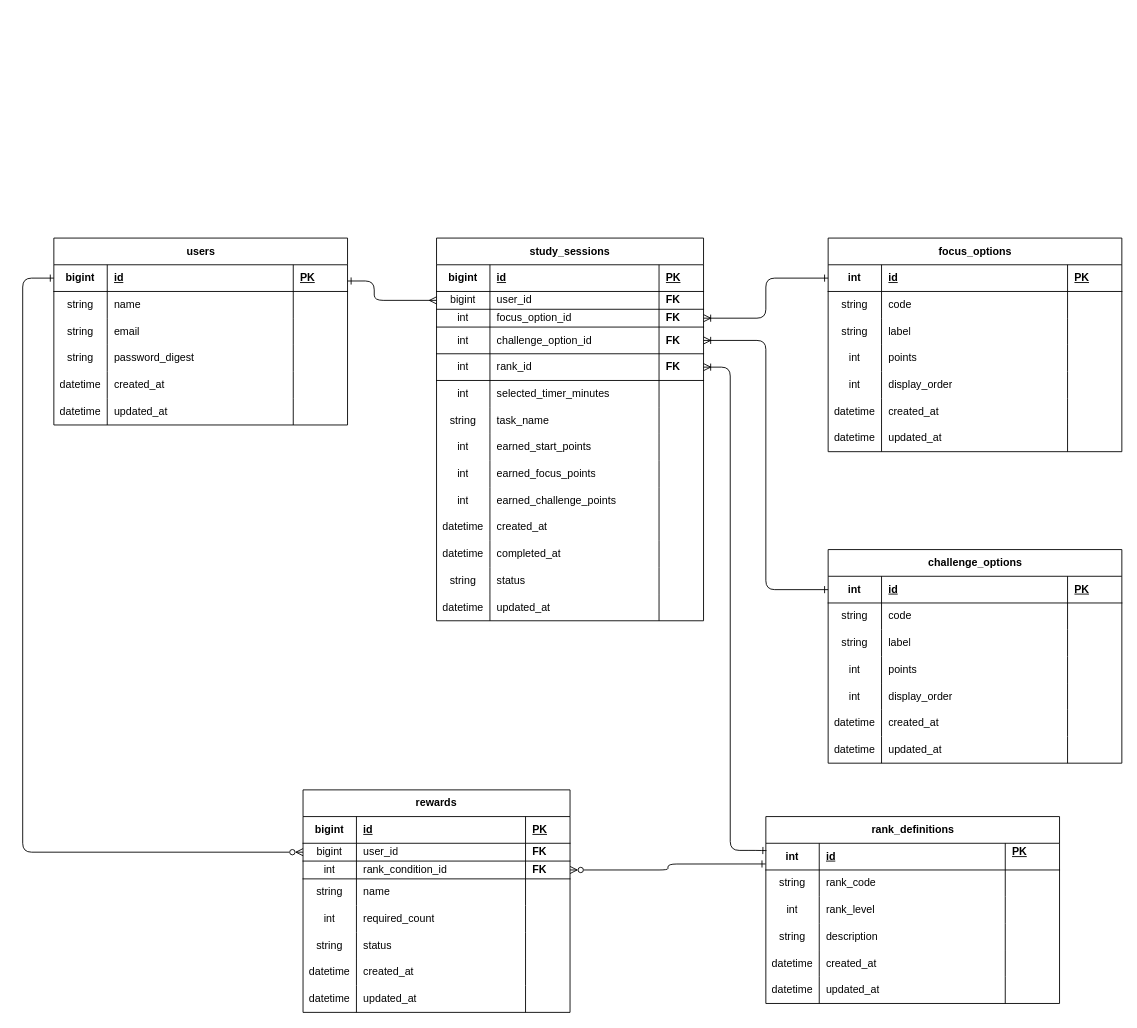
Before: .drawio in 3106ksk/learning-quest, a draw.io diagram. Source tidied: cells renumbered, new cells numbered last; positions are measured from the earlier drawing's top-left corner, leaving out a move shared by most shapes. Both pictures are drawn from the tidied source at 89%, with x=0, y=0 at pixel (22, 238).
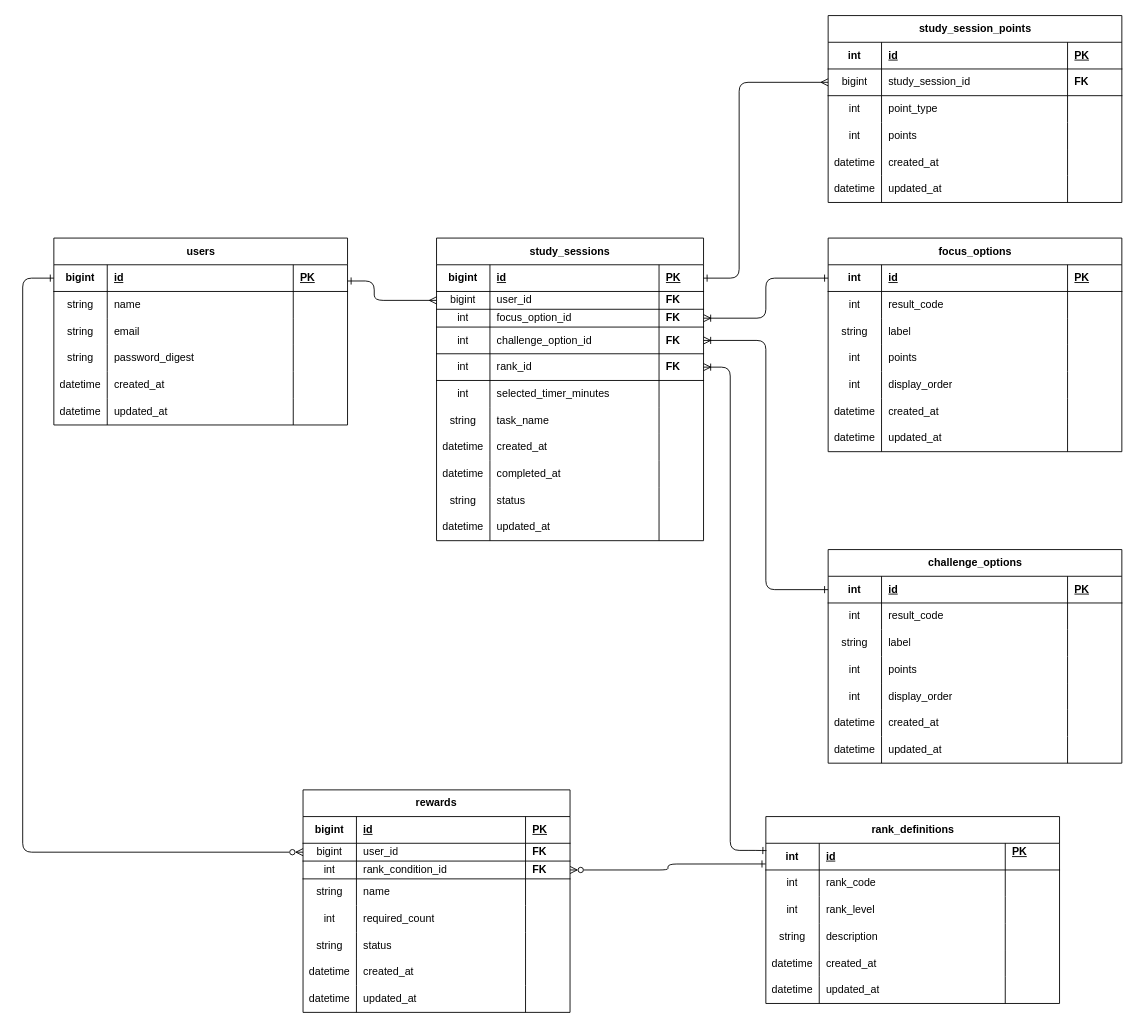
The same diagram, later.

The change refers to these unchanged cells:
```xml
<mxCell id="3" style="shape=tableRow;horizontal=0;startSize=0;swimlaneHead=0;swimlaneBody=0;fillColor=none;points=[[0,0.5],[1,0.5]];portConstraint=eastwest;top=0;left=0;right=0;bottom=0;html=1;" parent="2" vertex="1">
  <mxGeometry y="30" width="300" height="30" as="geometry" />
</mxCell>
<mxCell id="89" style="shape=tableRow;horizontal=0;startSize=0;swimlaneHead=0;swimlaneBody=0;fillColor=none;top=0;left=0;right=0;bottom=0;" parent="84" vertex="1">
  <mxGeometry y="60" width="330" height="30" as="geometry" />
</mxCell>
<mxCell id="118" style="shape=tableRow;horizontal=0;startSize=0;swimlaneHead=0;swimlaneBody=0;fillColor=none;top=0;left=0;right=0;bottom=0;" parent="113" vertex="1">
  <mxGeometry y="60" width="330" height="30" as="geometry" />
</mxCell>
<mxCell id="147" style="shape=tableRow;horizontal=0;startSize=0;swimlaneHead=0;swimlaneBody=0;fillColor=none;top=0;left=0;right=0;bottom=0;" parent="142" vertex="1">
  <mxGeometry y="60" width="330" height="30" as="geometry" />
</mxCell>
```

Diff of the diagram source:
```diff
@@
     <mxCell id="2" value="study_sessions" style="shape=table;startSize=30;childLayout=tableLayout;rowLines=0;fontStyle=1;align=center;html=1;whiteSpace=wrap;" parent="1" vertex="1">
-      <mxGeometry x="465" width="300" height="430" as="geometry" />
+      <mxGeometry x="465" width="300" height="340" as="geometry" />
     </mxCell>
@@
-    <mxCell id="31" style="shape=tableRow;horizontal=0;startSize=0;swimlaneHead=0;swimlaneBody=0;fillColor=none;top=0;left=0;right=0;bottom=0;html=1;" parent="2" vertex="1">
-      <mxGeometry y="220" width="300" height="30" as="geometry" />
-    </mxCell>
-    <mxCell id="32" value="int" style="shape=partialRectangle;fillColor=none;top=0;left=0;bottom=0;right=0;overflow=hidden;html=1;whiteSpace=wrap;" parent="31" vertex="1">
-      <mxGeometry width="60" height="30" as="geometry" />
-    </mxCell>
-    <mxCell id="33" value="earned_start_points" style="shape=partialRectangle;fillColor=none;top=0;left=0;bottom=0;right=0;align=left;spacingLeft=6;overflow=hidden;html=1;whiteSpace=wrap;" parent="31" vertex="1">
-      <mxGeometry x="60" width="190" height="30" as="geometry" />
-    </mxCell>
-    <mxCell id="34" style="shape=partialRectangle;fillColor=none;top=0;left=0;bottom=0;right=0;align=left;spacingLeft=6;overflow=hidden;html=1;whiteSpace=wrap;" parent="31" vertex="1">
-      <mxGeometry x="250" width="50" height="30" as="geometry" />
-    </mxCell>
-    <mxCell id="35" style="shape=tableRow;horizontal=0;startSize=0;swimlaneHead=0;swimlaneBody=0;fillColor=none;top=0;left=0;right=0;bottom=0;html=1;" parent="2" vertex="1">
-      <mxGeometry y="250" width="300" height="30" as="geometry" />
-    </mxCell>
-    <mxCell id="36" value="int" style="shape=partialRectangle;fillColor=none;top=0;left=0;bottom=0;right=0;overflow=hidden;html=1;whiteSpace=wrap;" parent="35" vertex="1">
-      <mxGeometry width="60" height="30" as="geometry" />
-    </mxCell>
-    <mxCell id="37" value="&lt;span style=&quot;color: rgb(0, 0, 0);&quot;&gt;earned_focus_points&lt;/span&gt;" style="shape=partialRectangle;fillColor=none;top=0;left=0;bottom=0;right=0;align=left;spacingLeft=6;overflow=hidden;html=1;whiteSpace=wrap;" parent="35" vertex="1">
-      <mxGeometry x="60" width="190" height="30" as="geometry" />
-    </mxCell>
-    <mxCell id="38" style="shape=partialRectangle;fillColor=none;top=0;left=0;bottom=0;right=0;align=left;spacingLeft=6;overflow=hidden;html=1;whiteSpace=wrap;" parent="35" vertex="1">
-      <mxGeometry x="250" width="50" height="30" as="geometry" />
-    </mxCell>
-    <mxCell id="39" style="shape=tableRow;horizontal=0;startSize=0;swimlaneHead=0;swimlaneBody=0;fillColor=none;top=0;left=0;right=0;bottom=0;html=1;" parent="2" vertex="1">
-      <mxGeometry y="280" width="300" height="30" as="geometry" />
-    </mxCell>
-    <mxCell id="40" value="int" style="shape=partialRectangle;fillColor=none;top=0;left=0;bottom=0;right=0;overflow=hidden;html=1;whiteSpace=wrap;" parent="39" vertex="1">
-      <mxGeometry width="60" height="30" as="geometry" />
-    </mxCell>
-    <mxCell id="41" value="&lt;span style=&quot;color: rgb(0, 0, 0);&quot;&gt;earned_challenge_points&lt;/span&gt;" style="shape=partialRectangle;fillColor=none;top=0;left=0;bottom=0;right=0;align=left;spacingLeft=6;overflow=hidden;html=1;whiteSpace=wrap;" parent="39" vertex="1">
-      <mxGeometry x="60" width="190" height="30" as="geometry" />
-    </mxCell>
-    <mxCell id="42" style="shape=partialRectangle;fillColor=none;top=0;left=0;bottom=0;right=0;align=left;spacingLeft=6;overflow=hidden;html=1;whiteSpace=wrap;" parent="39" vertex="1">
-      <mxGeometry x="250" width="50" height="30" as="geometry" />
-    </mxCell>
     <mxCell id="43" style="shape=tableRow;horizontal=0;startSize=0;swimlaneHead=0;swimlaneBody=0;fillColor=none;top=0;left=0;right=0;bottom=0;html=1;" parent="2" vertex="1">
-      <mxGeometry y="310" width="300" height="30" as="geometry" />
+      <mxGeometry y="220" width="300" height="30" as="geometry" />
     </mxCell>
@@
     <mxCell id="47" style="shape=tableRow;horizontal=0;startSize=0;swimlaneHead=0;swimlaneBody=0;fillColor=none;top=0;left=0;right=0;bottom=0;html=1;" parent="2" vertex="1">
-      <mxGeometry y="340" width="300" height="30" as="geometry" />
+      <mxGeometry y="250" width="300" height="30" as="geometry" />
     </mxCell>
@@
     <mxCell id="51" style="shape=tableRow;horizontal=0;startSize=0;swimlaneHead=0;swimlaneBody=0;fillColor=none;top=0;left=0;right=0;bottom=0;html=1;" parent="2" vertex="1">
-      <mxGeometry y="370" width="300" height="30" as="geometry" />
+      <mxGeometry y="280" width="300" height="30" as="geometry" />
     </mxCell>
@@
     <mxCell id="55" style="shape=tableRow;horizontal=0;startSize=0;swimlaneHead=0;swimlaneBody=0;fillColor=none;top=0;left=0;right=0;bottom=0;html=1;" parent="2" vertex="1">
-      <mxGeometry y="400" width="300" height="30" as="geometry" />
+      <mxGeometry y="310" width="300" height="30" as="geometry" />
     </mxCell>
@@
-    <mxCell id="90" value="string" style="shape=partialRectangle;fillColor=none;top=0;left=0;bottom=0;right=0;overflow=hidden;whiteSpace=wrap;html=1;" parent="89" vertex="1">
+    <mxCell id="90" value="int" style="shape=partialRectangle;fillColor=none;top=0;left=0;bottom=0;right=0;overflow=hidden;whiteSpace=wrap;html=1;" parent="89" vertex="1">
       <mxGeometry width="60" height="30" as="geometry" />
     </mxCell>
-    <mxCell id="91" value="code" style="shape=partialRectangle;fillColor=none;top=0;left=0;bottom=0;right=0;align=left;spacingLeft=6;overflow=hidden;whiteSpace=wrap;html=1;" parent="89" vertex="1">
+    <mxCell id="91" value="result_code" style="shape=partialRectangle;fillColor=none;top=0;left=0;bottom=0;right=0;align=left;spacingLeft=6;overflow=hidden;whiteSpace=wrap;html=1;" parent="89" vertex="1">
       <mxGeometry x="60" width="209" height="30" as="geometry" />
     </mxCell>
@@
-    <mxCell id="119" value="string" style="shape=partialRectangle;fillColor=none;top=0;left=0;bottom=0;right=0;overflow=hidden;whiteSpace=wrap;html=1;" parent="118" vertex="1">
+    <mxCell id="119" value="int" style="shape=partialRectangle;fillColor=none;top=0;left=0;bottom=0;right=0;overflow=hidden;whiteSpace=wrap;html=1;" parent="118" vertex="1">
       <mxGeometry width="60" height="30" as="geometry" />
     </mxCell>
-    <mxCell id="120" value="code" style="shape=partialRectangle;fillColor=none;top=0;left=0;bottom=0;right=0;align=left;spacingLeft=6;overflow=hidden;whiteSpace=wrap;html=1;" parent="118" vertex="1">
+    <mxCell id="120" value="result_code" style="shape=partialRectangle;fillColor=none;top=0;left=0;bottom=0;right=0;align=left;spacingLeft=6;overflow=hidden;whiteSpace=wrap;html=1;" parent="118" vertex="1">
       <mxGeometry x="60" width="209" height="30" as="geometry" />
     </mxCell>
@@
-    <mxCell id="148" value="string" style="shape=partialRectangle;fillColor=none;top=0;left=0;bottom=0;right=0;overflow=hidden;whiteSpace=wrap;html=1;" parent="147" vertex="1">
+    <mxCell id="148" value="int" style="shape=partialRectangle;fillColor=none;top=0;left=0;bottom=0;right=0;overflow=hidden;whiteSpace=wrap;html=1;" parent="147" vertex="1">
       <mxGeometry width="60" height="30" as="geometry" />
     </mxCell>
@@
+    <mxCell id="206" value="study_session_points" style="shape=table;startSize=30;childLayout=tableLayout;rowLines=0;fontStyle=1;align=center;html=1;" parent="1" vertex="1">
+      <mxGeometry x="905" y="-250" width="330" height="210" as="geometry" />
+    </mxCell>
+    <mxCell id="207" style="shape=tableRow;horizontal=0;startSize=0;swimlaneHead=0;swimlaneBody=0;fillColor=none;top=0;left=0;right=0;bottom=1;" parent="206" vertex="1">
+      <mxGeometry y="30" width="330" height="30" as="geometry" />
+    </mxCell>
+    <mxCell id="208" value="int" style="shape=partialRectangle;fillColor=none;top=0;left=0;bottom=0;right=0;fontStyle=1;overflow=hidden;whiteSpace=wrap;html=1;" parent="207" vertex="1">
+      <mxGeometry width="60" height="30" as="geometry" />
+    </mxCell>
+    <mxCell id="209" value="id" style="shape=partialRectangle;fillColor=none;top=0;left=0;bottom=0;right=0;align=left;spacingLeft=6;fontStyle=5;overflow=hidden;whiteSpace=wrap;html=1;" parent="207" vertex="1">
+      <mxGeometry x="60" width="209" height="30" as="geometry" />
+    </mxCell>
+    <mxCell id="210" value="PK" style="shape=partialRectangle;fillColor=none;top=0;left=0;bottom=0;right=0;align=left;spacingLeft=6;fontStyle=5;overflow=hidden;whiteSpace=wrap;html=1;" parent="207" vertex="1">
+      <mxGeometry x="269" width="61" height="30" as="geometry" />
+    </mxCell>
+    <mxCell id="211" style="shape=tableRow;horizontal=0;startSize=0;swimlaneHead=0;swimlaneBody=0;fillColor=none;points=[[0,0.5],[1,0.5]];portConstraint=eastwest;top=0;left=0;right=0;bottom=1;" parent="206" vertex="1">
+      <mxGeometry y="60" width="330" height="30" as="geometry" />
+    </mxCell>
+    <mxCell id="212" value="bigint" style="shape=partialRectangle;fillColor=none;top=0;left=0;bottom=0;right=0;overflow=hidden;whiteSpace=wrap;html=1;" parent="211" vertex="1">
+      <mxGeometry width="60" height="30" as="geometry" />
+    </mxCell>
+    <mxCell id="213" value="study_session_id" style="shape=partialRectangle;fillColor=none;top=0;left=0;bottom=0;right=0;align=left;spacingLeft=6;overflow=hidden;whiteSpace=wrap;html=1;" parent="211" vertex="1">
+      <mxGeometry x="60" width="209" height="30" as="geometry" />
+    </mxCell>
+    <mxCell id="214" value="FK" style="shape=partialRectangle;fillColor=none;top=0;left=0;bottom=0;right=0;align=left;spacingLeft=6;overflow=hidden;whiteSpace=wrap;html=1;fontStyle=1;" parent="211" vertex="1">
+      <mxGeometry x="269" width="61" height="30" as="geometry" />
+    </mxCell>
+    <mxCell id="215" style="shape=tableRow;horizontal=0;startSize=0;swimlaneHead=0;swimlaneBody=0;fillColor=none;top=0;left=0;right=0;bottom=0;" parent="206" vertex="1">
+      <mxGeometry y="90" width="330" height="30" as="geometry" />
+    </mxCell>
+    <mxCell id="216" value="&lt;span style=&quot;color: rgb(0, 0, 0); text-align: left;&quot;&gt;int&lt;/span&gt;" style="shape=partialRectangle;fillColor=none;top=0;left=0;bottom=0;right=0;overflow=hidden;whiteSpace=wrap;html=1;" parent="215" vertex="1">
+      <mxGeometry width="60" height="30" as="geometry" />
+    </mxCell>
+    <mxCell id="217" value="point_type" style="shape=partialRectangle;fillColor=none;top=0;left=0;bottom=0;right=0;align=left;spacingLeft=6;overflow=hidden;whiteSpace=wrap;html=1;" parent="215" vertex="1">
+      <mxGeometry x="60" width="209" height="30" as="geometry" />
+    </mxCell>
+    <mxCell id="218" style="shape=partialRectangle;fillColor=none;top=0;left=0;bottom=0;right=0;align=left;spacingLeft=6;overflow=hidden;whiteSpace=wrap;html=1;" parent="215" vertex="1">
+      <mxGeometry x="269" width="61" height="30" as="geometry" />
+    </mxCell>
+    <mxCell id="219" style="shape=tableRow;horizontal=0;startSize=0;swimlaneHead=0;swimlaneBody=0;fillColor=none;top=0;left=0;right=0;bottom=0;" parent="206" vertex="1">
+      <mxGeometry y="120" width="330" height="30" as="geometry" />
+    </mxCell>
+    <mxCell id="220" value="&lt;span style=&quot;color: rgb(0, 0, 0); text-align: left;&quot;&gt;int&lt;/span&gt;" style="shape=partialRectangle;fillColor=none;top=0;left=0;bottom=0;right=0;overflow=hidden;whiteSpace=wrap;html=1;" parent="219" vertex="1">
+      <mxGeometry width="60" height="30" as="geometry" />
+    </mxCell>
+    <mxCell id="221" value="points" style="shape=partialRectangle;fillColor=none;top=0;left=0;bottom=0;right=0;align=left;spacingLeft=6;overflow=hidden;whiteSpace=wrap;html=1;" parent="219" vertex="1">
+      <mxGeometry x="60" width="209" height="30" as="geometry" />
+    </mxCell>
+    <mxCell id="222" style="shape=partialRectangle;fillColor=none;top=0;left=0;bottom=0;right=0;align=left;spacingLeft=6;overflow=hidden;whiteSpace=wrap;html=1;" parent="219" vertex="1">
+      <mxGeometry x="269" width="61" height="30" as="geometry" />
+    </mxCell>
+    <mxCell id="223" style="shape=tableRow;horizontal=0;startSize=0;swimlaneHead=0;swimlaneBody=0;fillColor=none;top=0;left=0;right=0;bottom=0;" parent="206" vertex="1">
+      <mxGeometry y="150" width="330" height="30" as="geometry" />
+    </mxCell>
+    <mxCell id="224" value="datetime" style="shape=partialRectangle;fillColor=none;top=0;left=0;bottom=0;right=0;overflow=hidden;whiteSpace=wrap;html=1;" parent="223" vertex="1">
+      <mxGeometry width="60" height="30" as="geometry" />
+    </mxCell>
+    <mxCell id="225" value="created_at" style="shape=partialRectangle;fillColor=none;top=0;left=0;bottom=0;right=0;align=left;spacingLeft=6;overflow=hidden;whiteSpace=wrap;html=1;" parent="223" vertex="1">
+      <mxGeometry x="60" width="209" height="30" as="geometry" />
+    </mxCell>
+    <mxCell id="226" style="shape=partialRectangle;fillColor=none;top=0;left=0;bottom=0;right=0;align=left;spacingLeft=6;overflow=hidden;whiteSpace=wrap;html=1;" parent="223" vertex="1">
+      <mxGeometry x="269" width="61" height="30" as="geometry" />
+    </mxCell>
+    <mxCell id="227" style="shape=tableRow;horizontal=0;startSize=0;swimlaneHead=0;swimlaneBody=0;fillColor=none;top=0;left=0;right=0;bottom=0;" parent="206" vertex="1">
+      <mxGeometry y="180" width="330" height="30" as="geometry" />
+    </mxCell>
+    <mxCell id="228" value="&lt;span style=&quot;color: rgb(0, 0, 0);&quot;&gt;datetime&lt;/span&gt;" style="shape=partialRectangle;fillColor=none;top=0;left=0;bottom=0;right=0;overflow=hidden;whiteSpace=wrap;html=1;" parent="227" vertex="1">
+      <mxGeometry width="60" height="30" as="geometry" />
+    </mxCell>
+    <mxCell id="229" value="updated_at" style="shape=partialRectangle;fillColor=none;top=0;left=0;bottom=0;right=0;align=left;spacingLeft=6;overflow=hidden;whiteSpace=wrap;html=1;" parent="227" vertex="1">
+      <mxGeometry x="60" width="209" height="30" as="geometry" />
+    </mxCell>
+    <mxCell id="230" style="shape=partialRectangle;fillColor=none;top=0;left=0;bottom=0;right=0;align=left;spacingLeft=6;overflow=hidden;whiteSpace=wrap;html=1;" parent="227" vertex="1">
+      <mxGeometry x="269" width="61" height="30" as="geometry" />
+    </mxCell>
+    <mxCell id="231" style="edgeStyle=orthogonalEdgeStyle;html=1;exitX=0;exitY=0.5;exitDx=0;exitDy=0;entryX=1;entryY=0.5;entryDx=0;entryDy=0;endArrow=ERone;endFill=0;startArrow=ERmany;startFill=0;" parent="1" edge="1" source="211" target="3">
+      <mxGeometry relative="1" as="geometry">
+        <Array as="points">
+          <mxPoint x="805" y="-175" />
+          <mxPoint x="805" y="45" />
+        </Array>
+      </mxGeometry>
+    </mxCell>
```
